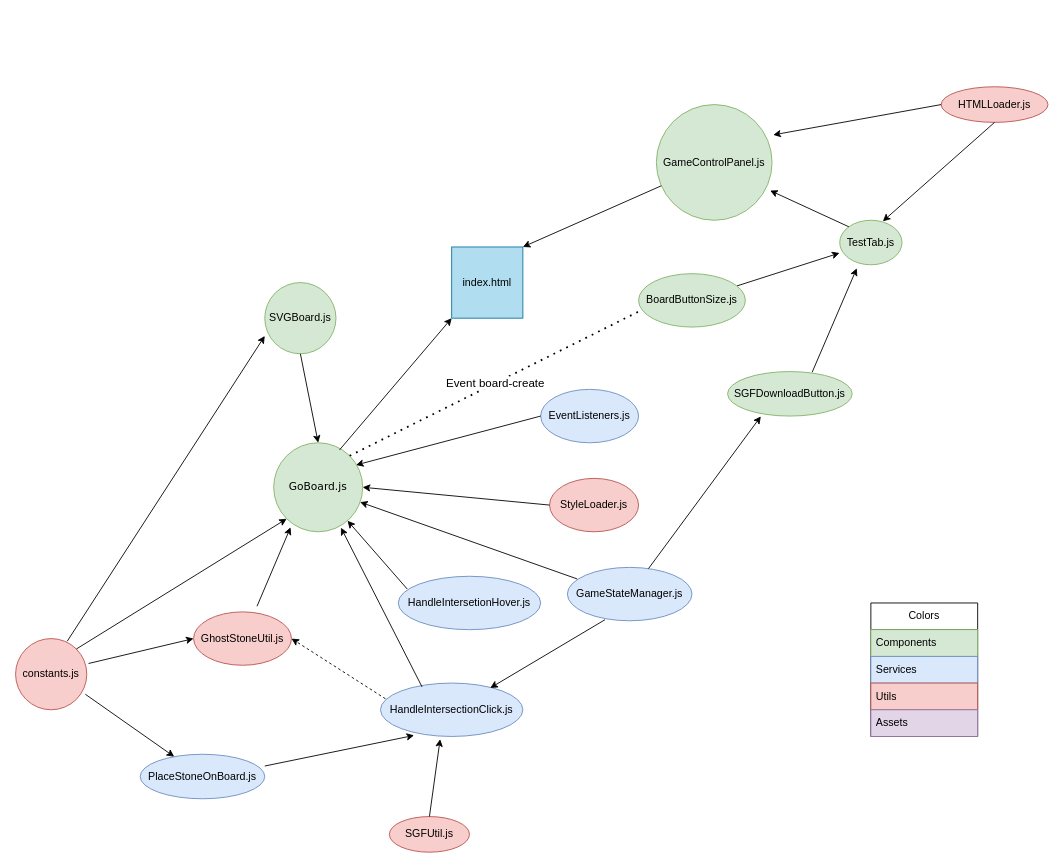
Earlier version of the draw.io diagram WebGo.drawio (enokiLucas/Diagrams). Source tidied: cells renumbered, new cells numbered last; positions are measured from the earlier drawing's top-left corner, leaving out a move shared by most shapes. Both pictures are drawn from the tidied source at 89%, with x=0, y=0 at pixel (15, 86).
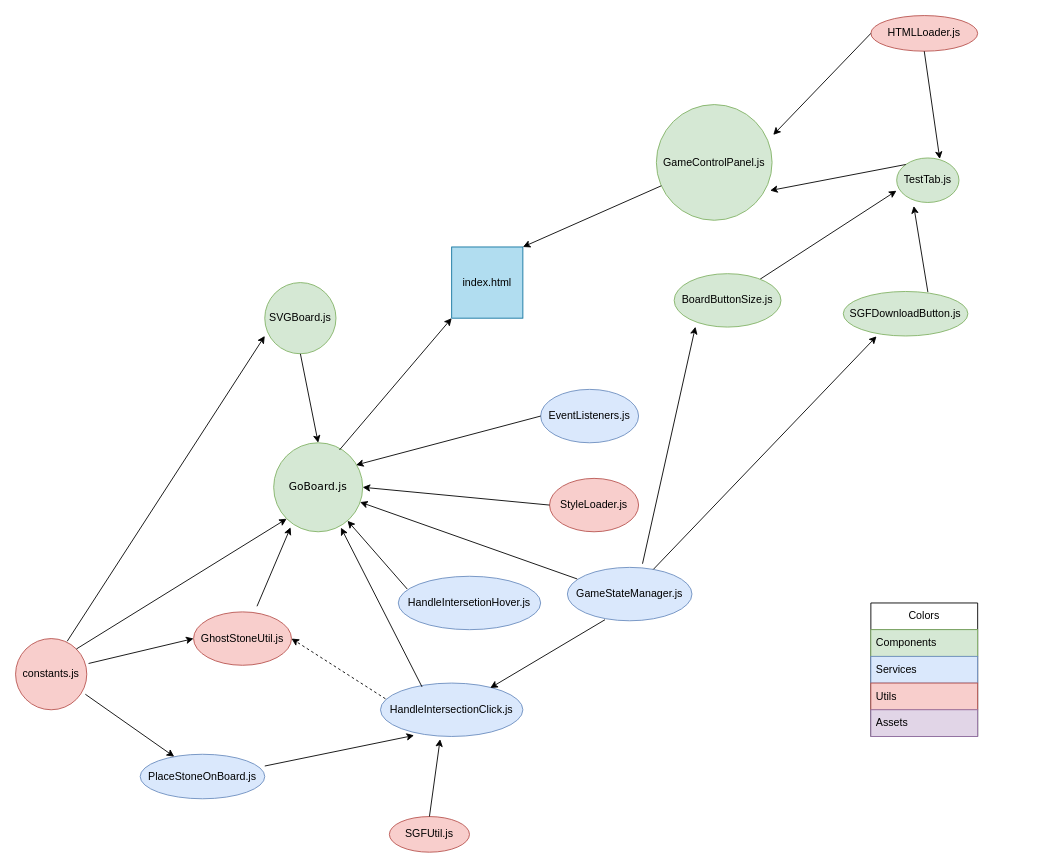
The same diagram, later.

Unchanged cells that the change refers to:
```xml
<mxCell id="2" value="GoBoard.js" style="ellipse;whiteSpace=wrap;html=1;fillColor=#d5e8d4;strokeColor=#82b366;fontFamily=Verdana;labelBackgroundColor=none;" parent="1" vertex="1">
  <mxGeometry x="290" y="400" width="100" height="100" as="geometry" />
</mxCell>
<mxCell id="25" value="GameStateManager.js" style="ellipse;whiteSpace=wrap;html=1;fillColor=#dae8fc;strokeColor=#6c8ebf;" parent="1" vertex="1">
  <mxGeometry x="620" y="540" width="140" height="60" as="geometry" />
</mxCell>
```

The edit, as a diff of the source:
```diff
@@
     <mxCell id="14" value="BoardButtonSize.js" style="ellipse;whiteSpace=wrap;html=1;fillColor=#d5e8d4;strokeColor=#82b366;" parent="1" vertex="1">
-      <mxGeometry x="700" y="210" width="120" height="60" as="geometry" />
+      <mxGeometry x="740" y="210" width="120" height="60" as="geometry" />
     </mxCell>
@@
     <mxCell id="37" value="SGFDownloadButton.js" style="ellipse;whiteSpace=wrap;html=1;fillColor=#d5e8d4;strokeColor=#82b366;" parent="1" vertex="1">
-      <mxGeometry x="800" y="320" width="140" height="50" as="geometry" />
+      <mxGeometry x="930" y="230" width="140" height="50" as="geometry" />
     </mxCell>
@@
     <mxCell id="40" value="TestTab.js" style="ellipse;whiteSpace=wrap;html=1;fillColor=#d5e8d4;strokeColor=#82b366;" parent="1" vertex="1">
-      <mxGeometry x="926" y="150" width="70" height="50" as="geometry" />
+      <mxGeometry x="990" y="80" width="70" height="50" as="geometry" />
     </mxCell>
@@
     <mxCell id="44" value="HTMLLoader.js" style="ellipse;whiteSpace=wrap;html=1;fillColor=#f8cecc;strokeColor=#b85450;" parent="1" vertex="1">
-      <mxGeometry x="1040" width="120" height="40" as="geometry" />
+      <mxGeometry x="961" y="-80" width="120" height="40" as="geometry" />
     </mxCell>
@@
-    <mxCell id="47" value="&lt;font style=&quot;font-size: 13px;&quot;&gt;Event board-create&lt;/font&gt;" style="endArrow=none;dashed=1;html=1;dashPattern=1 3;strokeWidth=2;rounded=0;entryX=0.02;entryY=0.69;entryDx=0;entryDy=0;entryPerimeter=0;exitX=1;exitY=0;exitDx=0;exitDy=0;" parent="1" edge="1" source="2" target="14">
-      <mxGeometry relative="1" as="geometry" />
-    </mxCell>
+    <mxCell id="48" style="endArrow=classic;html=1;rounded=0;exitX=0.603;exitY=-0.068;exitDx=0;exitDy=0;exitPerimeter=0;entryX=0.199;entryY=0.994;entryDx=0;entryDy=0;entryPerimeter=0;" parent="1" edge="1" source="25" target="14">
+      <mxGeometry relative="1" as="geometry" />
+    </mxCell>
```
